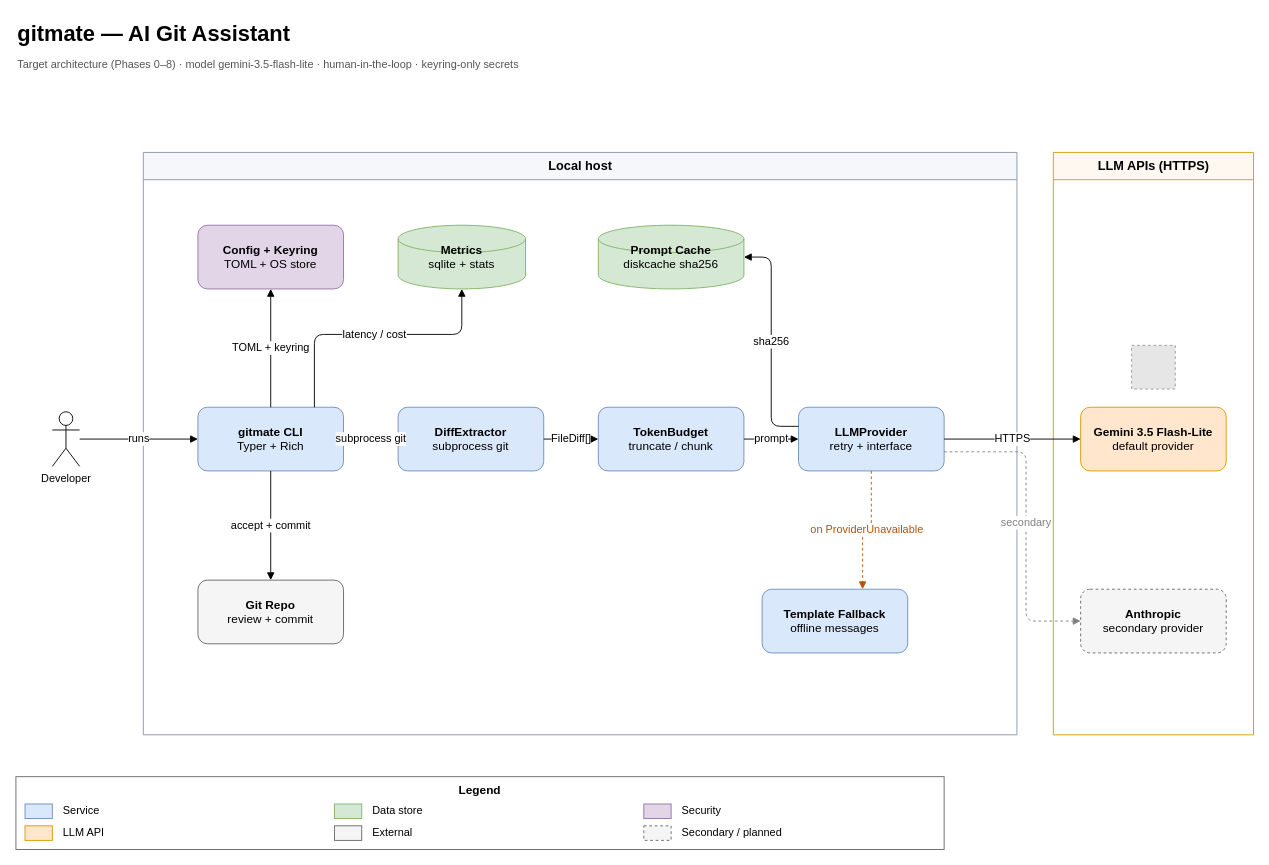
Before: docs/architecture.drawio in getdownandcode/gitmate, a draw.io diagram. Source tidied: cells renumbered, new cells numbered last; positions are measured from the earlier drawing's top-left corner, leaving out a move shared by most shapes. Both pictures are drawn from the tidied source at 91%, with x=0, y=0 at pixel (15, 15). Pictures stored in the file or linked from it are replaced by grey dashed boxes.
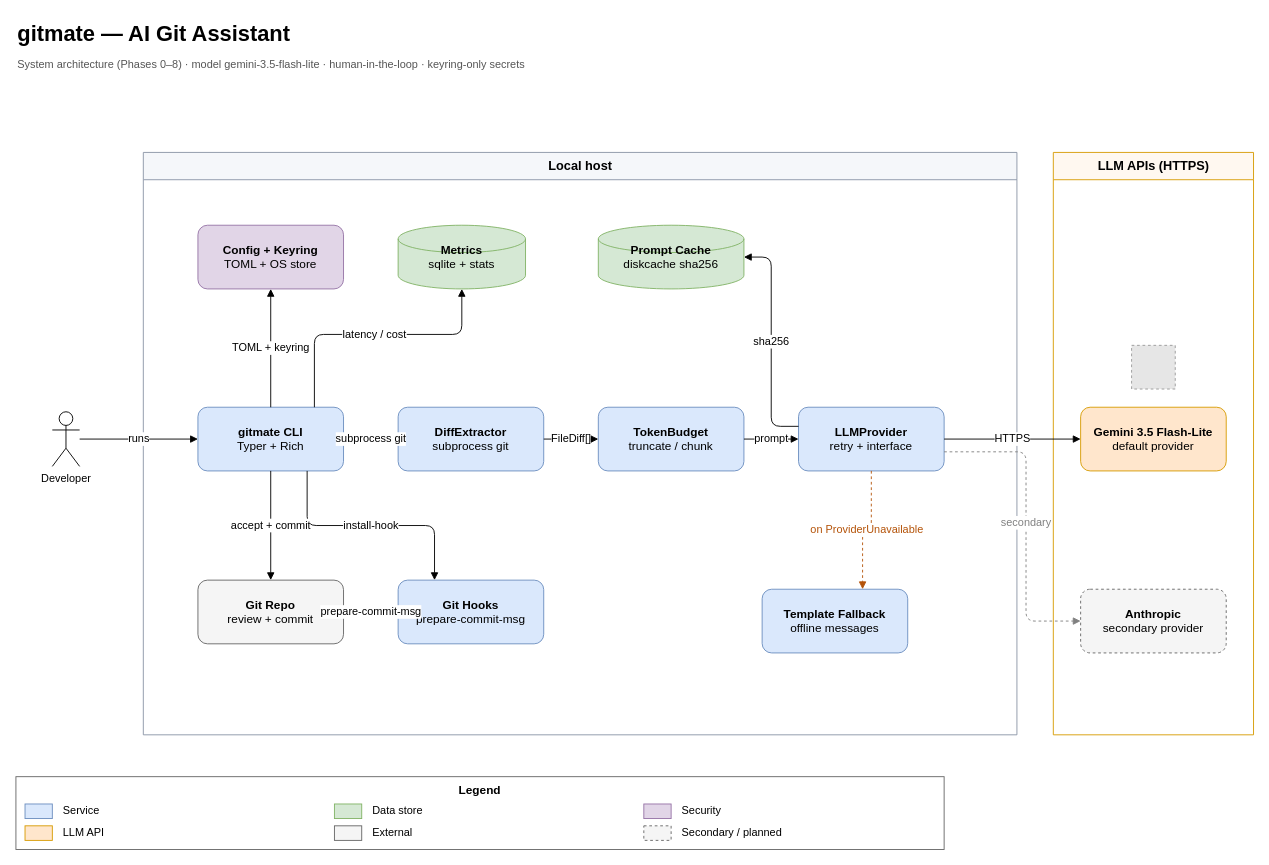
The same page after the edit.

Commit message (it also covers changes not shown here):
docs: add Git Hooks box to architecture diagram

Phase 8 landed with crash-safe prepare-commit-msg hooks; the diagram now
shows the hook component plus install/prepare-commit-msg edges. Subtitle
corrected from 'Target' to 'System' architecture (as-built). Validated 0
errors/0 crossings; PNG re-exported. Structural check only — pixel review
pending (agent cannot view images).

The change refers to these unchanged cells:
```xml
<mxCell id="4" value="Local host" style="swimlane;startSize=30;html=1;fontStyle=1;fontSize=14;fillColor=#f5f7fa;strokeColor=#8a94a6;" parent="1" vertex="1">
  <mxGeometry x="140" y="150" width="960" height="640" as="geometry" />
</mxCell>
<mxCell id="5" value="&lt;b&gt;gitmate CLI&lt;/b&gt;&lt;br/&gt;Typer + Rich" style="rounded=1;whiteSpace=wrap;html=1;fontSize=13;fillColor=#dae8fc;strokeColor=#6c8ebf;" parent="4" vertex="1">
  <mxGeometry x="60" y="280" width="160" height="70" as="geometry" />
</mxCell>
<mxCell id="12" value="&lt;b&gt;Git Repo&lt;/b&gt;&lt;br/&gt;review + commit" style="rounded=1;whiteSpace=wrap;html=1;fontSize=13;fillColor=#f5f5f5;strokeColor=#666666;" parent="4" vertex="1">
  <mxGeometry x="60" y="470" width="160" height="70" as="geometry" />
</mxCell>
```

Diff of the diagram source:
```diff
@@
-    <mxCell id="3" value="Target architecture (Phases 0–8) · model gemini-3.5-flash-lite · human-in-the-loop · keyring-only secrets" style="text;html=1;align=left;verticalAlign=middle;fontSize=12;fontColor=#555555;" parent="1" vertex="1">
+    <mxCell id="3" value="System architecture (Phases 0–8) · model gemini-3.5-flash-lite · human-in-the-loop · keyring-only secrets" style="text;html=1;align=left;verticalAlign=middle;fontSize=12;fontColor=#555555;" parent="1" vertex="1">
       <mxGeometry y="42" width="1100" height="24" as="geometry" />
     </mxCell>
@@
+    <mxCell id="43" value="&lt;b&gt;Git Hooks&lt;/b&gt;&lt;br/&gt;prepare-commit-msg" style="rounded=1;whiteSpace=wrap;html=1;fontSize=13;fillColor=#dae8fc;strokeColor=#6c8ebf;" parent="4" vertex="1">
+      <mxGeometry x="280" y="470" width="160" height="70" as="geometry" />
+    </mxCell>
@@
+    <mxCell id="44" value="install-hook" style="edgeStyle=orthogonalEdgeStyle;rounded=1;jettySize=auto;html=1;fontSize=12;labelBackgroundColor=#ffffff;endArrow=block;endFill=1;exitX=0.75;exitY=1;exitDx=0;exitDy=0;entryX=0.25;entryY=0;entryDx=0;entryDy=0;" parent="1" edge="1" source="5" target="43">
+      <mxGeometry relative="1" as="geometry" />
+    </mxCell>
+    <mxCell id="45" value="prepare-commit-msg" style="edgeStyle=orthogonalEdgeStyle;rounded=1;jettySize=auto;html=1;fontSize=12;labelBackgroundColor=#ffffff;endArrow=block;endFill=1;exitX=0;exitY=0.5;exitDx=0;exitDy=0;entryX=1;entryY=0.5;entryDx=0;entryDy=0;" parent="1" edge="1" source="43" target="12">
+      <mxGeometry relative="1" as="geometry" />
+    </mxCell>
```
